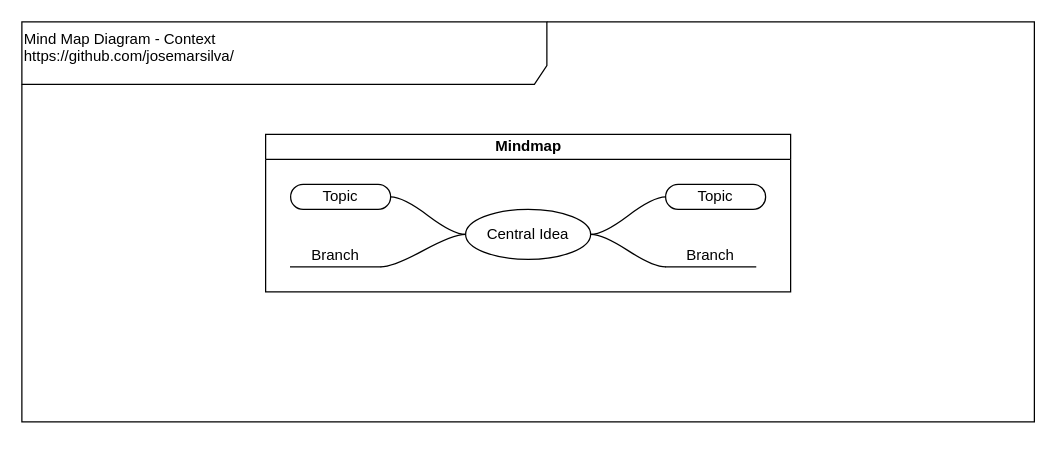
The draw.io diagram doc/MindMapDiagram-Context.drawio in josemarsilva/apm-labs, before the edit. Source tidied: cells renumbered, new cells numbered last; positions are measured from the earlier drawing's top-left corner, leaving out a move shared by most shapes. Both pictures are drawn from the tidied source at 125%, with x=0, y=0 at pixel (21, 21).
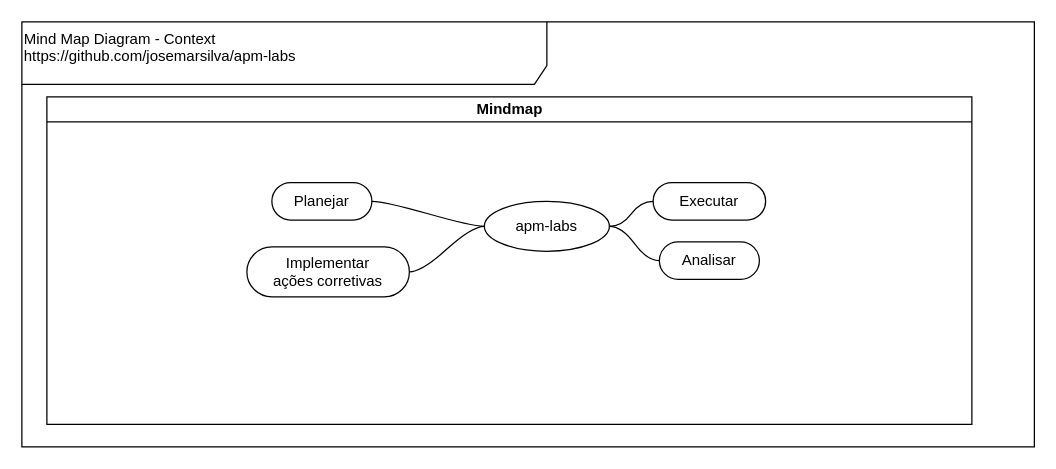
After the change.

Change to the diagram source:
```diff
@@
 <mxGraphModel>
   <root>
     <mxCell id="0" />
     <mxCell id="1" parent="0" />
-    <mxCell id="2" value="&lt;div&gt;&lt;/div&gt;Mind Map Diagram - Context&lt;br&gt;https://github.com/josemarsilva/&lt;div&gt;&lt;br&gt;&lt;/div&gt;" style="shape=umlFrame;whiteSpace=wrap;html=1;width=420;height=50;verticalAlign=top;align=left;" parent="1" vertex="1">
-      <mxGeometry width="810" height="320" as="geometry" />
+    <mxCell id="2" value="&lt;div&gt;&lt;/div&gt;Mind Map Diagram - Context&lt;br&gt;https://github.com/josemarsilva/apm-labs" style="shape=umlFrame;whiteSpace=wrap;html=1;width=420;height=50;verticalAlign=top;align=left;" parent="1" vertex="1">
+      <mxGeometry width="810" height="340" as="geometry" />
     </mxCell>
     <mxCell id="3" value="Mindmap" style="swimlane;html=1;startSize=20;horizontal=1;containerType=tree;" parent="1" vertex="1">
-      <mxGeometry x="195" y="90" width="420" height="126" as="geometry" />
+      <mxGeometry x="20" y="60" width="740" height="262" as="geometry" />
     </mxCell>
     <mxCell id="4" style="edgeStyle=entityRelationEdgeStyle;startArrow=none;endArrow=none;segment=10;curved=1;" parent="3" edge="1" source="8" target="9">
       <mxGeometry relative="1" as="geometry" />
     </mxCell>
-    <mxCell id="5" style="edgeStyle=entityRelationEdgeStyle;startArrow=none;endArrow=none;segment=10;curved=1;" parent="3" edge="1" source="8" target="10">
-      <mxGeometry relative="1" as="geometry" />
-    </mxCell>
     <mxCell id="6" style="edgeStyle=entityRelationEdgeStyle;startArrow=none;endArrow=none;segment=10;curved=1;" parent="3" edge="1" source="8" target="11">
       <mxGeometry relative="1" as="geometry" />
     </mxCell>
-    <mxCell id="7" style="edgeStyle=entityRelationEdgeStyle;startArrow=none;endArrow=none;segment=10;curved=1;" parent="3" edge="1" source="8" target="12">
-      <mxGeometry relative="1" as="geometry" />
-    </mxCell>
-    <mxCell id="8" value="Central Idea" style="ellipse;whiteSpace=wrap;html=1;align=center;newEdgeStyle={&quot;edgeStyle&quot;:&quot;entityRelationEdgeStyle&quot;,&quot;startArrow&quot;:&quot;none&quot;,&quot;endArrow&quot;:&quot;none&quot;,&quot;segment&quot;:10,&quot;curved&quot;:1};" parent="3" vertex="1">
-      <mxGeometry x="160" y="60" width="100" height="40" as="geometry" />
+    <mxCell id="8" value="apm-labs" style="ellipse;whiteSpace=wrap;html=1;align=center;newEdgeStyle={&quot;edgeStyle&quot;:&quot;entityRelationEdgeStyle&quot;,&quot;startArrow&quot;:&quot;none&quot;,&quot;endArrow&quot;:&quot;none&quot;,&quot;segment&quot;:10,&quot;curved&quot;:1};" parent="3" vertex="1">
+      <mxGeometry x="350" y="83.5" width="100" height="40" as="geometry" />
     </mxCell>
-    <mxCell id="9" value="Topic" style="whiteSpace=wrap;html=1;rounded=1;arcSize=50;align=center;verticalAlign=middle;strokeWidth=1;spacing=4;newEdgeStyle={&quot;edgeStyle&quot;:&quot;entityRelationEdgeStyle&quot;,&quot;startArrow&quot;:&quot;none&quot;,&quot;endArrow&quot;:&quot;none&quot;,&quot;segment&quot;:10,&quot;curved&quot;:1};" parent="3" vertex="1">
-      <mxGeometry x="320" y="40" width="80" height="20" as="geometry" />
+    <mxCell id="9" value="Executar" style="whiteSpace=wrap;html=1;rounded=1;arcSize=50;align=center;verticalAlign=middle;strokeWidth=1;spacing=4;newEdgeStyle={&quot;edgeStyle&quot;:&quot;entityRelationEdgeStyle&quot;,&quot;startArrow&quot;:&quot;none&quot;,&quot;endArrow&quot;:&quot;none&quot;,&quot;segment&quot;:10,&quot;curved&quot;:1};" parent="3" vertex="1">
+      <mxGeometry x="485" y="68.5" width="90" height="30" as="geometry" />
     </mxCell>
-    <mxCell id="10" value="Branch" style="whiteSpace=wrap;html=1;shape=partialRectangle;top=0;left=0;bottom=1;right=0;points=[[0,1],[1,1]];fillColor=none;align=center;verticalAlign=bottom;routingCenterY=0.5;snapToPoint=1;newEdgeStyle={&quot;edgeStyle&quot;:&quot;entityRelationEdgeStyle&quot;,&quot;startArrow&quot;:&quot;none&quot;,&quot;endArrow&quot;:&quot;none&quot;,&quot;segment&quot;:10,&quot;curved&quot;:1};" parent="3" vertex="1">
-      <mxGeometry x="320" y="80" width="72" height="26" as="geometry" />
-    </mxCell>
-    <mxCell id="11" value="Topic" style="whiteSpace=wrap;html=1;rounded=1;arcSize=50;align=center;verticalAlign=middle;strokeWidth=1;spacing=4;newEdgeStyle={&quot;edgeStyle&quot;:&quot;entityRelationEdgeStyle&quot;,&quot;startArrow&quot;:&quot;none&quot;,&quot;endArrow&quot;:&quot;none&quot;,&quot;segment&quot;:10,&quot;curved&quot;:1};" parent="3" vertex="1">
-      <mxGeometry x="20" y="40" width="80" height="20" as="geometry" />
+    <mxCell id="11" value="Planejar" style="whiteSpace=wrap;html=1;rounded=1;arcSize=50;align=center;verticalAlign=middle;strokeWidth=1;spacing=4;newEdgeStyle={&quot;edgeStyle&quot;:&quot;entityRelationEdgeStyle&quot;,&quot;startArrow&quot;:&quot;none&quot;,&quot;endArrow&quot;:&quot;none&quot;,&quot;segment&quot;:10,&quot;curved&quot;:1};" parent="3" vertex="1">
+      <mxGeometry x="180" y="68.5" width="80" height="30" as="geometry" />
     </mxCell>
-    <mxCell id="12" value="Branch" style="whiteSpace=wrap;html=1;shape=partialRectangle;top=0;left=0;bottom=1;right=0;points=[[0,1],[1,1]];fillColor=none;align=center;verticalAlign=bottom;routingCenterY=0.5;snapToPoint=1;newEdgeStyle={&quot;edgeStyle&quot;:&quot;entityRelationEdgeStyle&quot;,&quot;startArrow&quot;:&quot;none&quot;,&quot;endArrow&quot;:&quot;none&quot;,&quot;segment&quot;:10,&quot;curved&quot;:1};" parent="3" vertex="1">
-      <mxGeometry x="20" y="80" width="72" height="26" as="geometry" />
-    </mxCell>
+    <mxCell id="13" style="edgeStyle=entityRelationEdgeStyle;startArrow=none;endArrow=none;segment=10;curved=1;exitX=1;exitY=0.5;exitDx=0;exitDy=0;" parent="1" edge="1" source="8" target="14">
+      <mxGeometry relative="1" as="geometry" />
+    </mxCell>
+    <mxCell id="14" value="Analisar" style="whiteSpace=wrap;html=1;rounded=1;arcSize=50;align=center;verticalAlign=middle;strokeWidth=1;spacing=4;newEdgeStyle={&quot;edgeStyle&quot;:&quot;entityRelationEdgeStyle&quot;,&quot;startArrow&quot;:&quot;none&quot;,&quot;endArrow&quot;:&quot;none&quot;,&quot;segment&quot;:10,&quot;curved&quot;:1};" parent="1" vertex="1">
+      <mxGeometry x="510" y="176" width="80" height="30" as="geometry" />
+    </mxCell>
+    <mxCell id="15" value="Implementar&lt;br&gt;ações corretivas" style="whiteSpace=wrap;html=1;rounded=1;arcSize=50;align=center;verticalAlign=middle;strokeWidth=1;spacing=4;newEdgeStyle={&quot;edgeStyle&quot;:&quot;entityRelationEdgeStyle&quot;,&quot;startArrow&quot;:&quot;none&quot;,&quot;endArrow&quot;:&quot;none&quot;,&quot;segment&quot;:10,&quot;curved&quot;:1};" parent="1" vertex="1">
+      <mxGeometry x="180" y="180" width="130" height="40" as="geometry" />
+    </mxCell>
+    <mxCell id="16" style="edgeStyle=entityRelationEdgeStyle;startArrow=none;endArrow=none;segment=10;curved=1;exitX=1;exitY=0.5;exitDx=0;exitDy=0;entryX=0;entryY=0.5;entryDx=0;entryDy=0;" parent="1" edge="1" source="15" target="8">
+      <mxGeometry relative="1" as="geometry" />
+    </mxCell>
   </root>
 </mxGraphModel>
```
